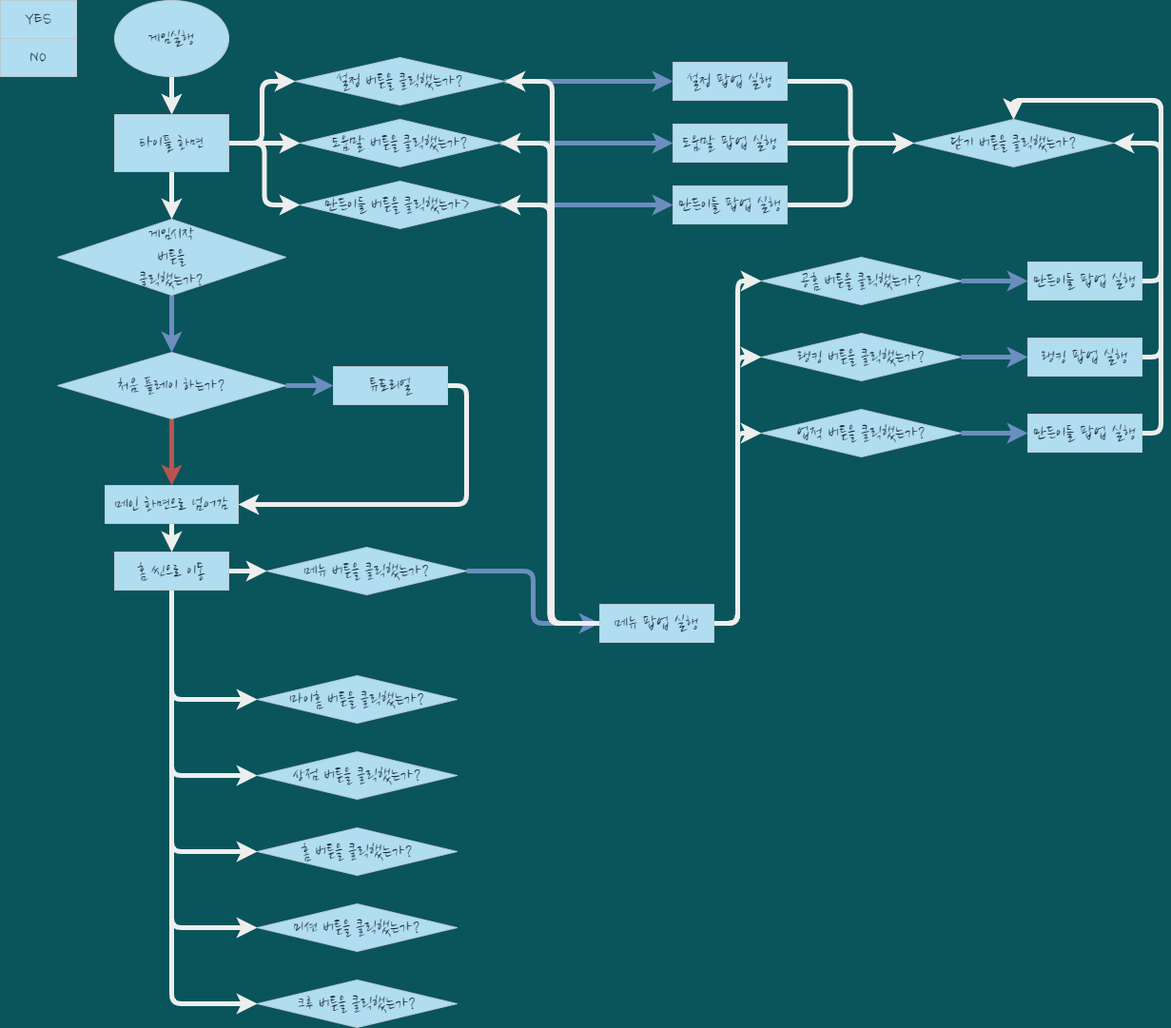
kinesis19/stac_project_SME keeps this draw.io diagram as gameplay_flowchat.drawio.png. Above is the earlier version. Source tidied: cells renumbered, new cells last; positions are measured from the earlier drawing's top-left corner, leaving out a move shared by most shapes.
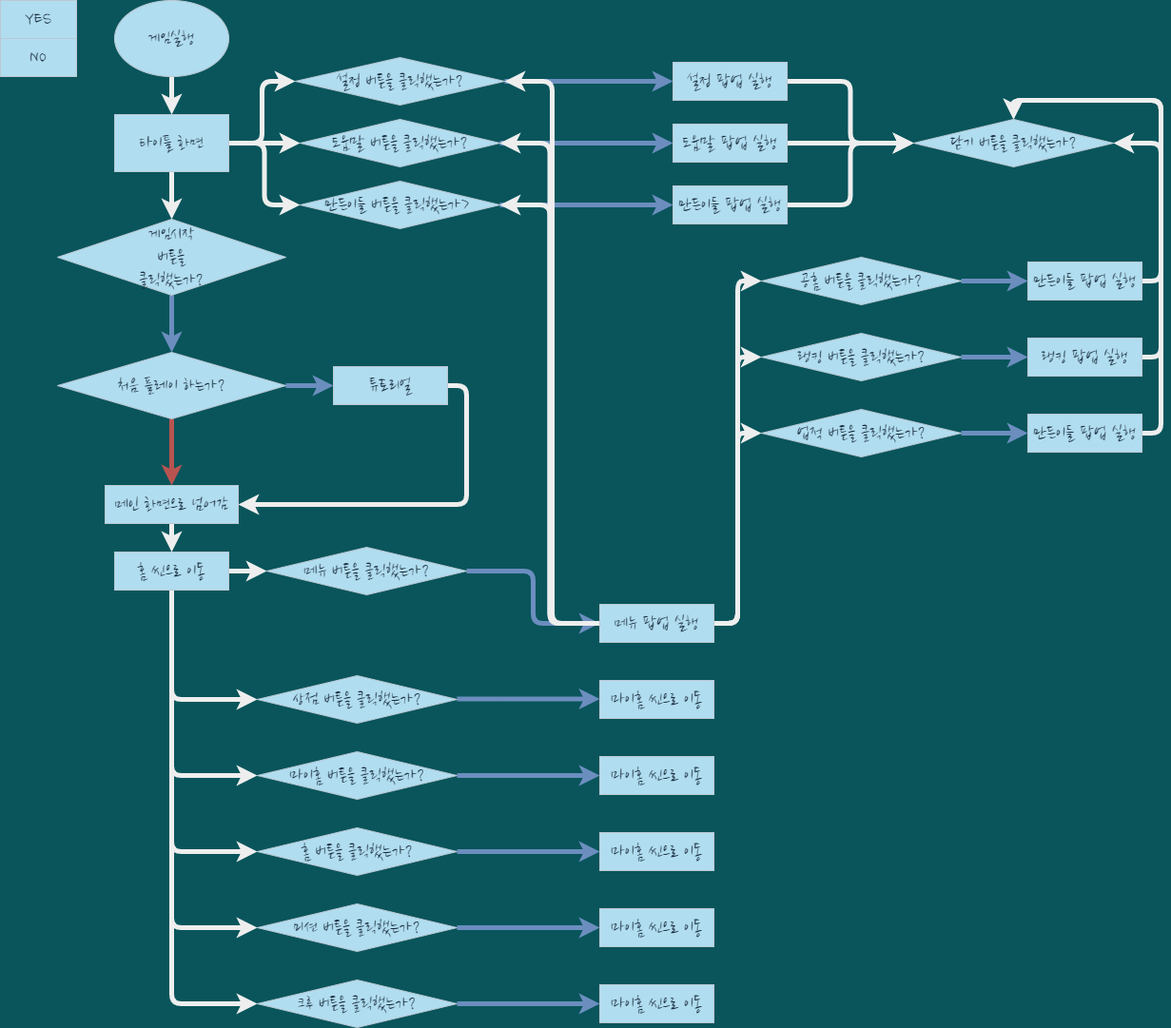
After the change.

What changed in the source:
```diff
@@ -165,10 +165,10 @@
       <mxGeometry x="960" y="125" width="210" height="50" as="geometry" />
     </mxCell>
     <mxCell id="54" value="마이홈 버튼을 클릭했는가?" style="rhombus;whiteSpace=wrap;html=1;rounded=0;sketch=0;fontFamily=Nanum Brush Script;fontSource=https%3A%2F%2Ffonts.googleapis.com%2Fcss%3Ffamily%3DNanum%2BBrush%2BScript;fontSize=20;fillColor=#B1DDF0;strokeColor=#BAC8D3;fontColor=#182E3E;" parent="1" vertex="1">
-      <mxGeometry x="270" y="710" width="210" height="50" as="geometry" />
+      <mxGeometry x="270" y="790" width="210" height="50" as="geometry" />
     </mxCell>
     <mxCell id="55" value="상점 버튼을 클릭했는가?" style="rhombus;whiteSpace=wrap;html=1;rounded=0;sketch=0;fontFamily=Nanum Brush Script;fontSource=https%3A%2F%2Ffonts.googleapis.com%2Fcss%3Ffamily%3DNanum%2BBrush%2BScript;fontSize=20;fillColor=#B1DDF0;strokeColor=#BAC8D3;fontColor=#182E3E;" parent="1" vertex="1">
-      <mxGeometry x="270" y="790" width="210" height="50" as="geometry" />
+      <mxGeometry x="270" y="710" width="210" height="50" as="geometry" />
     </mxCell>
     <mxCell id="56" value="미션 버튼을 클릭했는가?" style="rhombus;whiteSpace=wrap;html=1;rounded=0;sketch=0;fontFamily=Nanum Brush Script;fontSource=https%3A%2F%2Ffonts.googleapis.com%2Fcss%3Ffamily%3DNanum%2BBrush%2BScript;fontSize=20;fillColor=#B1DDF0;strokeColor=#BAC8D3;fontColor=#182E3E;" parent="1" vertex="1">
       <mxGeometry x="270" y="950" width="210" height="50" as="geometry" />
@@ -200,5 +200,46 @@
     <mxCell id="65" value="홈 버튼을 클릭했는가?" style="rhombus;whiteSpace=wrap;html=1;rounded=0;sketch=0;fontFamily=Nanum Brush Script;fontSource=https%3A%2F%2Ffonts.googleapis.com%2Fcss%3Ffamily%3DNanum%2BBrush%2BScript;fontSize=20;fillColor=#B1DDF0;strokeColor=#BAC8D3;fontColor=#182E3E;" parent="1" vertex="1">
       <mxGeometry x="270" y="870" width="210" height="50" as="geometry" />
     </mxCell>
+    <mxCell id="66" value="마이홈 씬으로 이동" style="rounded=0;whiteSpace=wrap;html=1;sketch=0;fontFamily=Nanum Brush Script;fontSource=https%3A%2F%2Ffonts.googleapis.com%2Fcss%3Ffamily%3DNanum%2BBrush%2BScript;fontSize=20;fillColor=#B1DDF0;strokeColor=#BAC8D3;fontColor=#182E3E;" parent="1" vertex="1">
+      <mxGeometry x="630" y="715" width="120" height="40" as="geometry" />
+    </mxCell>
+    <mxCell id="67" style="edgeStyle=orthogonalEdgeStyle;curved=0;rounded=1;sketch=0;jettySize=auto;html=1;exitX=1;exitY=0.5;exitDx=0;exitDy=0;entryX=0;entryY=0.5;entryDx=0;entryDy=0;fontColor=#FFFFFF;strokeColor=#6c8ebf;strokeWidth=5;fillColor=#dae8fc;gradientColor=#7ea6e0;" parent="1" edge="1" target="68">
+      <mxGeometry relative="1" as="geometry">
+        <mxPoint x="480" y="815" as="sourcePoint" />
+      </mxGeometry>
+    </mxCell>
+    <mxCell id="68" value="마이홈 씬으로 이동" style="rounded=0;whiteSpace=wrap;html=1;sketch=0;fontFamily=Nanum Brush Script;fontSource=https%3A%2F%2Ffonts.googleapis.com%2Fcss%3Ffamily%3DNanum%2BBrush%2BScript;fontSize=20;fillColor=#B1DDF0;strokeColor=#BAC8D3;fontColor=#182E3E;" parent="1" vertex="1">
+      <mxGeometry x="630" y="795" width="120" height="40" as="geometry" />
+    </mxCell>
+    <mxCell id="69" style="edgeStyle=orthogonalEdgeStyle;curved=0;rounded=1;sketch=0;jettySize=auto;html=1;exitX=1;exitY=0.5;exitDx=0;exitDy=0;entryX=0;entryY=0.5;entryDx=0;entryDy=0;fontColor=#FFFFFF;strokeColor=#6c8ebf;strokeWidth=5;fillColor=#dae8fc;gradientColor=#7ea6e0;" parent="1" edge="1" target="70">
+      <mxGeometry relative="1" as="geometry">
+        <mxPoint x="480" y="895" as="sourcePoint" />
+      </mxGeometry>
+    </mxCell>
+    <mxCell id="70" value="마이홈 씬으로 이동" style="rounded=0;whiteSpace=wrap;html=1;sketch=0;fontFamily=Nanum Brush Script;fontSource=https%3A%2F%2Ffonts.googleapis.com%2Fcss%3Ffamily%3DNanum%2BBrush%2BScript;fontSize=20;fillColor=#B1DDF0;strokeColor=#BAC8D3;fontColor=#182E3E;" parent="1" vertex="1">
+      <mxGeometry x="630" y="875" width="120" height="40" as="geometry" />
+    </mxCell>
+    <mxCell id="71" style="edgeStyle=orthogonalEdgeStyle;curved=0;rounded=1;sketch=0;jettySize=auto;html=1;exitX=1;exitY=0.5;exitDx=0;exitDy=0;entryX=0;entryY=0.5;entryDx=0;entryDy=0;fontColor=#FFFFFF;strokeColor=#6c8ebf;strokeWidth=5;fillColor=#dae8fc;gradientColor=#7ea6e0;" parent="1" edge="1" target="72">
+      <mxGeometry relative="1" as="geometry">
+        <mxPoint x="480" y="975" as="sourcePoint" />
+      </mxGeometry>
+    </mxCell>
+    <mxCell id="72" value="마이홈 씬으로 이동" style="rounded=0;whiteSpace=wrap;html=1;sketch=0;fontFamily=Nanum Brush Script;fontSource=https%3A%2F%2Ffonts.googleapis.com%2Fcss%3Ffamily%3DNanum%2BBrush%2BScript;fontSize=20;fillColor=#B1DDF0;strokeColor=#BAC8D3;fontColor=#182E3E;" parent="1" vertex="1">
+      <mxGeometry x="630" y="955" width="120" height="40" as="geometry" />
+    </mxCell>
+    <mxCell id="73" style="edgeStyle=orthogonalEdgeStyle;curved=0;rounded=1;sketch=0;jettySize=auto;html=1;exitX=1;exitY=0.5;exitDx=0;exitDy=0;entryX=0;entryY=0.5;entryDx=0;entryDy=0;fontColor=#FFFFFF;strokeColor=#6c8ebf;strokeWidth=5;fillColor=#dae8fc;gradientColor=#7ea6e0;" parent="1" edge="1" target="74">
+      <mxGeometry relative="1" as="geometry">
+        <mxPoint x="480" y="1055" as="sourcePoint" />
+      </mxGeometry>
+    </mxCell>
+    <mxCell id="74" value="마이홈 씬으로 이동" style="rounded=0;whiteSpace=wrap;html=1;sketch=0;fontFamily=Nanum Brush Script;fontSource=https%3A%2F%2Ffonts.googleapis.com%2Fcss%3Ffamily%3DNanum%2BBrush%2BScript;fontSize=20;fillColor=#B1DDF0;strokeColor=#BAC8D3;fontColor=#182E3E;" parent="1" vertex="1">
+      <mxGeometry x="630" y="1035" width="120" height="40" as="geometry" />
+    </mxCell>
+    <mxCell id="75" style="edgeStyle=orthogonalEdgeStyle;curved=0;rounded=1;sketch=0;orthogonalLoop=1;jettySize=auto;html=1;exitX=1;exitY=0.5;exitDx=0;exitDy=0;entryX=0;entryY=0.5;entryDx=0;entryDy=0;fontColor=#FFFFFF;strokeColor=#6c8ebf;strokeWidth=5;fillColor=#dae8fc;gradientColor=#7ea6e0;" parent="1" edge="1">
+      <mxGeometry relative="1" as="geometry">
+        <mxPoint x="480" y="734.5" as="sourcePoint" />
+        <mxPoint x="630" y="734.5" as="targetPoint" />
+      </mxGeometry>
+    </mxCell>
   </root>
 </mxGraphModel>
```
